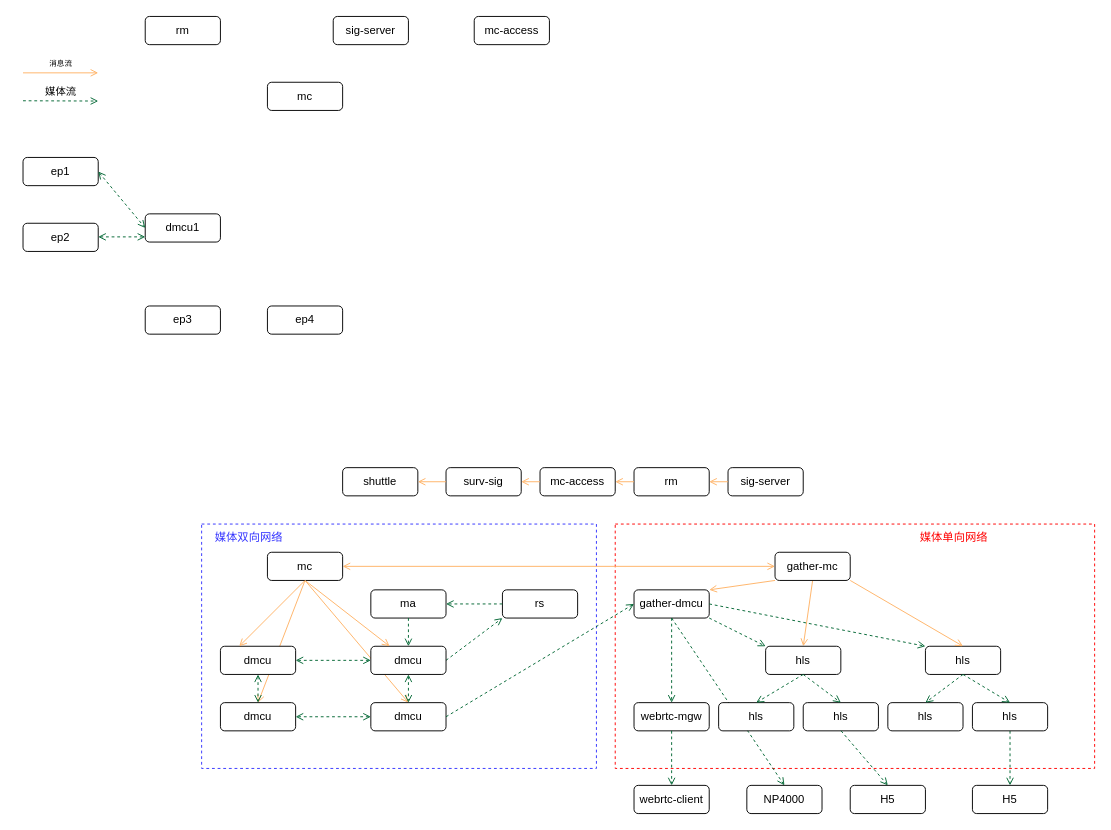
This is 单向网络-内网直播.drawio from Liaozengxiang/test, a draw.io file, before an edit. Source tidied: cells renumbered, new cells numbered last; positions are measured from the earlier drawing's top-left corner, leaving out a move shared by most shapes. Both pictures are drawn from the tidied source at 94%, with x=0, y=0 at pixel (23, 16).
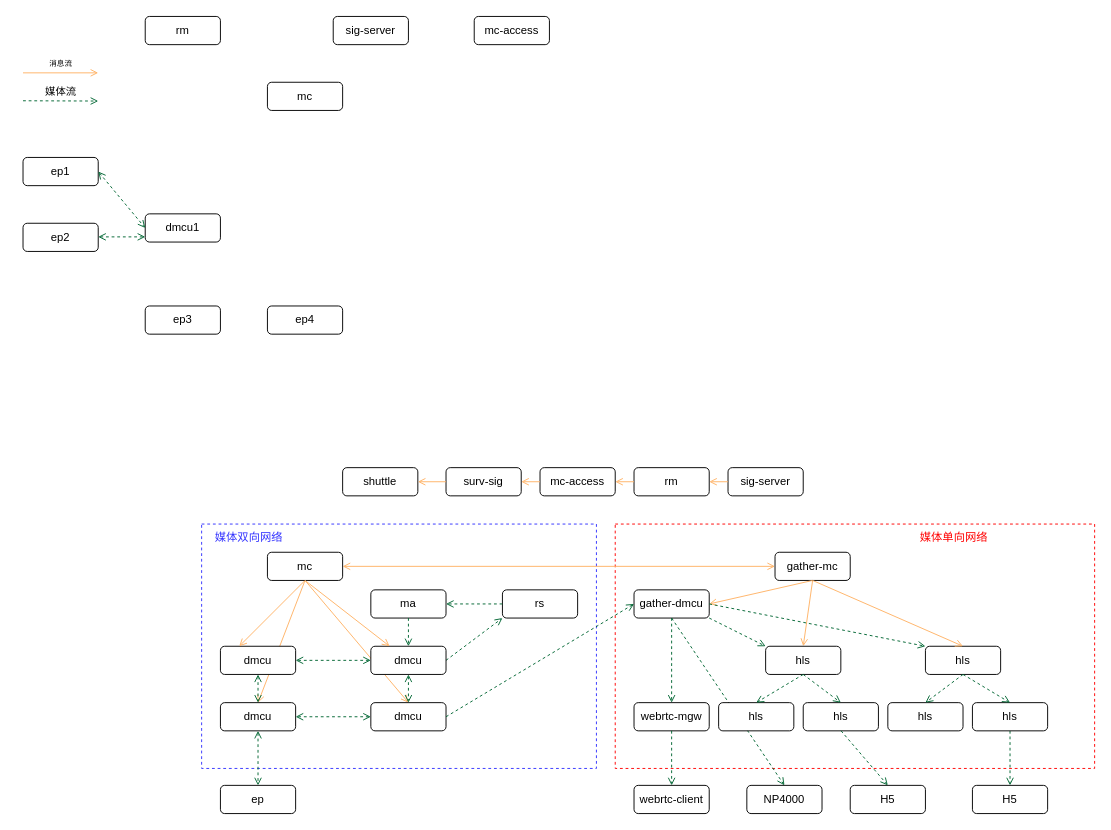
The same page after the edit.

Commit message (it also covers changes not shown here):
Update 单向网络-内网直播.drawio

Unchanged cells that the change refers to:
```xml
<mxCell id="17" value="gather-mc" style="rounded=1;whiteSpace=wrap;html=1;" parent="1" vertex="1">
  <mxGeometry x="800" y="570" width="80" height="30" as="geometry" />
</mxCell>
<mxCell id="18" value="gather-dmcu" style="rounded=1;whiteSpace=wrap;html=1;" parent="1" vertex="1">
  <mxGeometry x="650" y="610" width="80" height="30" as="geometry" />
</mxCell>
<mxCell id="50" value="dmcu" style="rounded=1;whiteSpace=wrap;html=1;" parent="1" vertex="1">
  <mxGeometry x="210" y="730" width="80" height="30" as="geometry" />
</mxCell>
<mxCell id="65" value="hls" style="rounded=1;whiteSpace=wrap;html=1;" parent="1" vertex="1">
  <mxGeometry x="960" y="670" width="80" height="30" as="geometry" />
</mxCell>
```

Diff of the diagram source:
```diff
@@
-    <mxCell id="34" style="endArrow=none;html=1;rounded=0;strokeColor=#FFB366;startArrow=open;startFill=0;exitX=1;exitY=0;exitDx=0;exitDy=0;endFill=0;entryX=0;entryY=1;entryDx=0;entryDy=0;" parent="1" edge="1" source="18" target="17">
+    <mxCell id="34" style="endArrow=none;html=1;rounded=0;strokeColor=#FFB366;startArrow=open;startFill=0;exitX=1;exitY=0.5;exitDx=0;exitDy=0;endFill=0;entryX=0.5;entryY=1;entryDx=0;entryDy=0;" parent="1" edge="1" source="18" target="17">
       <mxGeometry relative="1" as="geometry" />
     </mxCell>
@@
-    <mxCell id="73" style="endArrow=none;html=1;rounded=0;strokeColor=#FFB366;startArrow=open;startFill=0;endFill=0;entryX=1;entryY=1;entryDx=0;entryDy=0;exitX=0.5;exitY=0;exitDx=0;exitDy=0;" parent="1" edge="1" source="65" target="17">
+    <mxCell id="73" style="endArrow=none;html=1;rounded=0;strokeColor=#FFB366;startArrow=open;startFill=0;endFill=0;entryX=0.5;entryY=1;entryDx=0;entryDy=0;exitX=0.5;exitY=0;exitDx=0;exitDy=0;" parent="1" edge="1" source="65" target="17">
       <mxGeometry relative="1" as="geometry" />
     </mxCell>
@@
+    <mxCell id="75" value="ep" style="rounded=1;whiteSpace=wrap;html=1;" parent="1" vertex="1">
+      <mxGeometry x="210" y="818" width="80" height="30" as="geometry" />
+    </mxCell>
+    <mxCell id="76" style="endArrow=open;startArrow=open;html=1;exitX=0.5;exitY=1;exitDx=0;exitDy=0;entryX=0.5;entryY=0;entryDx=0;entryDy=0;rounded=0;endFill=0;startFill=0;dashed=1;strokeColor=#006633;" parent="1" edge="1" source="50" target="75">
+      <mxGeometry relative="1" as="geometry" />
+    </mxCell>
```
